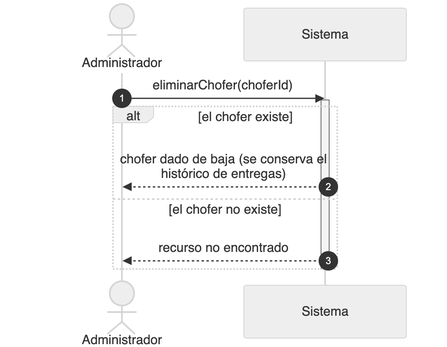
This is diagramas/png/DSS_CU-097_Eliminar-Chofer.png from Nahuelito-Dev/splg-docs, a Mermaid export, as it was before one commit. Its source is kept beside it as diagramas/DSS_CU-097_Eliminar-Chofer.mmd.
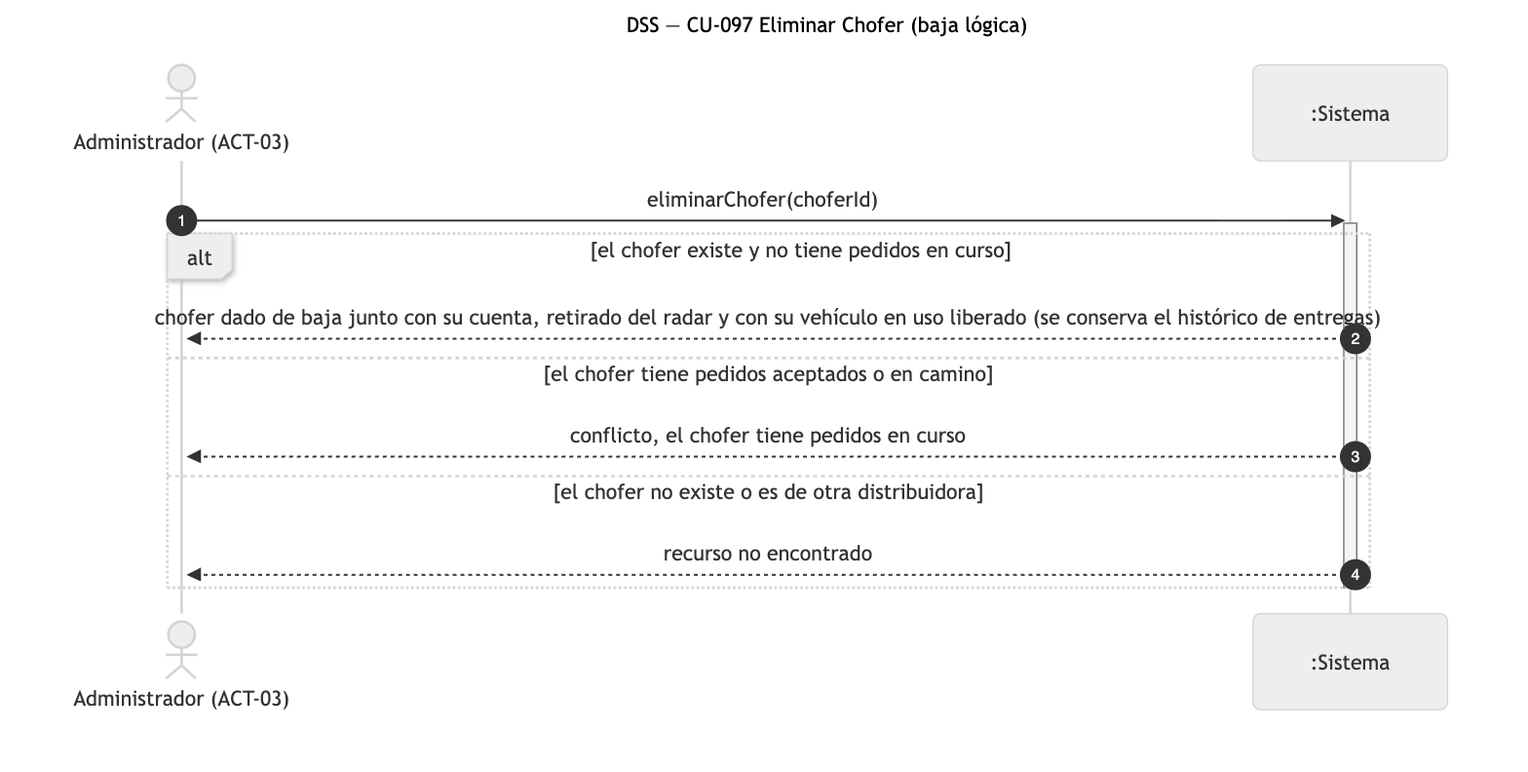
The same file after the commit.

The edit, as a diff of the source:
```diff
@@ -1,13 +1,15 @@
 sequenceDiagram
-    title DSS — CU-097 Eliminar Chofer
+    title DSS — CU-097 Eliminar Chofer (baja lógica)
     autonumber
-    actor ADM as Administrador
-    participant SIS as Sistema
+    actor ADM as Administrador (ACT-03)
+    participant SIS as :Sistema
 
     ADM->>SIS: eliminarChofer(choferId)
     activate SIS
-    alt el chofer existe
-        SIS-->>ADM: chofer dado de baja (se conserva el histórico de entregas)
+    alt el chofer existe y no tiene pedidos en curso
+        SIS-->>ADM: chofer dado de baja junto con su cuenta, retirado del radar y con su vehículo en uso liberado (se conserva el histórico de entregas)
+    else el chofer tiene pedidos aceptados o en camino
+        SIS-->>ADM: conflicto, el chofer tiene pedidos en curso
     else el chofer no existe o es de otra distribuidora
         SIS-->>ADM: recurso no encontrado
     end
```
